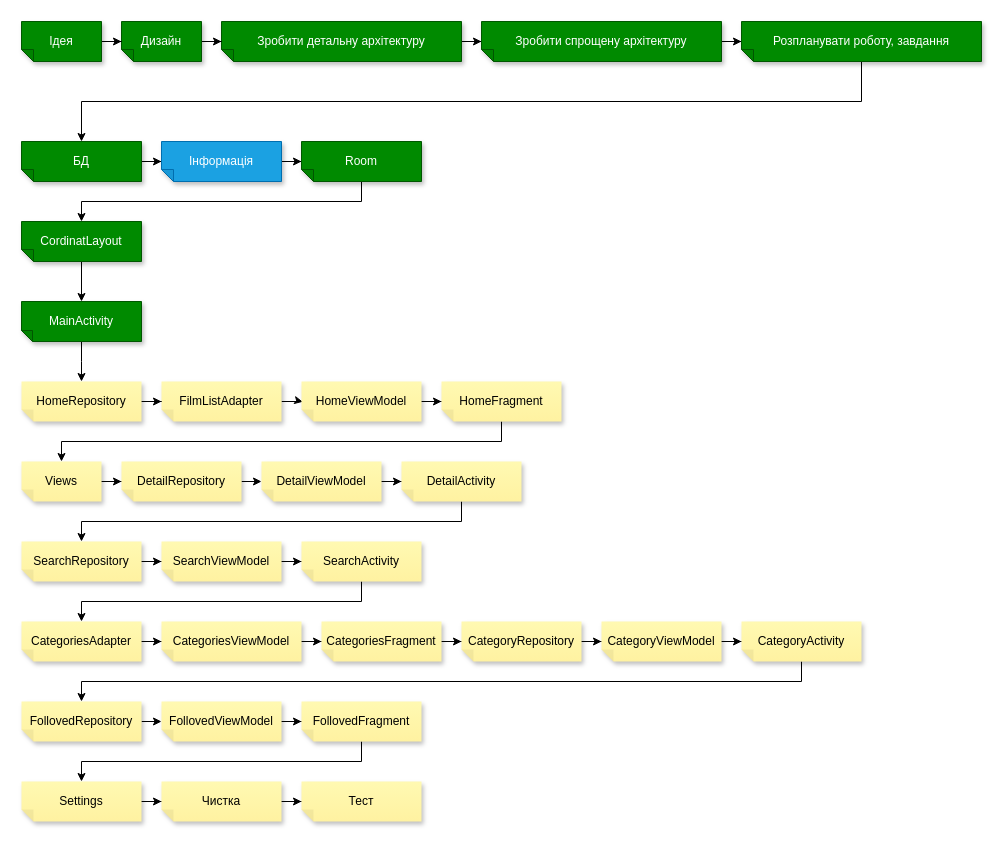
This is page "Завдання" (2 of 3) of files for project/MoviesReview.drawio from SviatKuzbyt/MoviesReview, a draw.io file, before an edit. Source tidied: cells renumbered, new cells numbered last; positions are measured from the earlier drawing's top-left corner, leaving out a move shared by most shapes. Both pictures are drawn from the tidied source at 100%, with x=0, y=0 at pixel (21, 21).
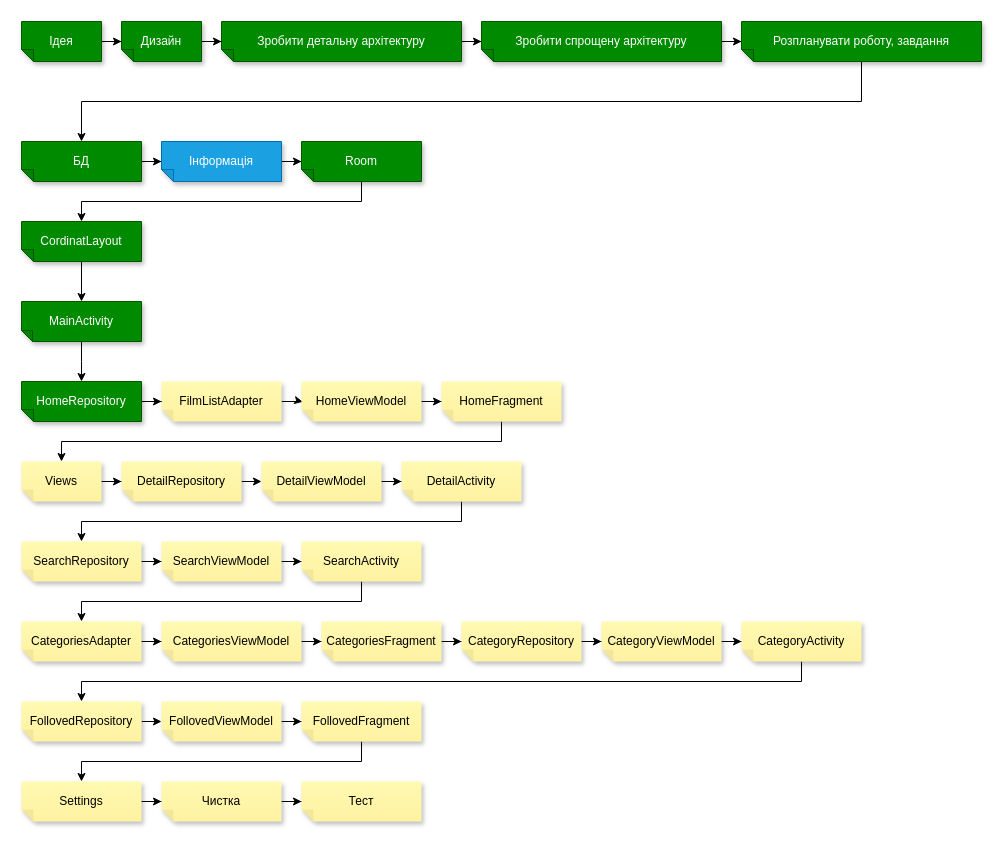
Above is the later version.

Change to the diagram source:
```diff
@@
-    <mxCell id="21" value="HomeRepository" style="shape=note;whiteSpace=wrap;html=1;backgroundOutline=1;fontColor=#000000;darkOpacity=0.05;fillColor=#FFF9B2;strokeColor=none;fillStyle=solid;direction=west;gradientDirection=north;gradientColor=#FFF2A1;shadow=1;size=12;" parent="1" vertex="1">
+    <mxCell id="21" value="HomeRepository" style="shape=note;whiteSpace=wrap;html=1;backgroundOutline=1;fontColor=#ffffff;darkOpacity=0.05;fillColor=#008a00;strokeColor=#005700;fillStyle=solid;direction=west;gradientDirection=north;shadow=1;size=12;" parent="1" vertex="1">
       <mxGeometry y="360" width="120" height="40" as="geometry" />
     </mxCell>
```
